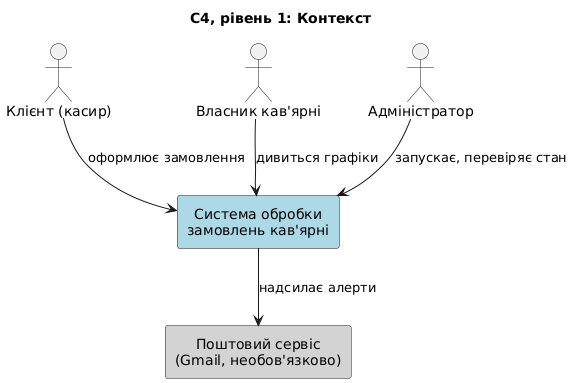
Earlier version of the PlantUML export docs/diagrams/c4-1-context.png (Kirrik1920/coffee-shop-information-system). Source of this version:
```plantuml
@startuml
title C4, рівень 1: Контекст
skinparam defaultTextAlignment center
skinparam shadowing false

actor "Клієнт (касир)" as client
actor "Власник кав'ярні" as owner
actor "Адміністратор" as admin

rectangle "Система обробки\nзамовлень кав'ярні" as system #LightBlue
rectangle "Поштовий сервіс\n(Gmail, необов'язково)" as mail #LightGray

client --> system : оформлює замовлення
owner --> system : дивиться графіки
admin --> system : запускає, перевіряє стан
system --> mail : надсилає алерти
@enduml
```
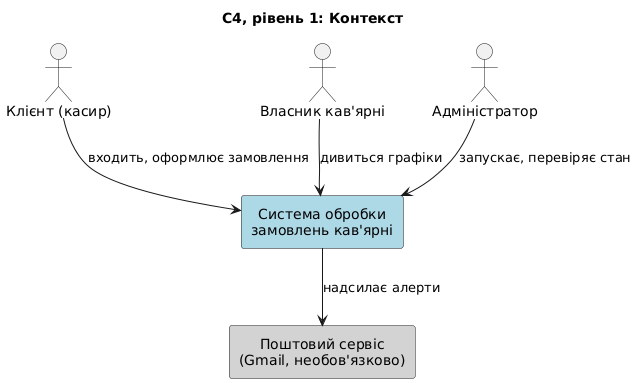
After the change.

The edit, as a diff of the source:
```diff
@@ -10,7 +10,7 @@
 rectangle "Система обробки\nзамовлень кав'ярні" as system #LightBlue
 rectangle "Поштовий сервіс\n(Gmail, необов'язково)" as mail #LightGray
 
-client --> system : оформлює замовлення
+client --> system : входить, оформлює замовлення
 owner --> system : дивиться графіки
 admin --> system : запускає, перевіряє стан
 system --> mail : надсилає алерти
```
